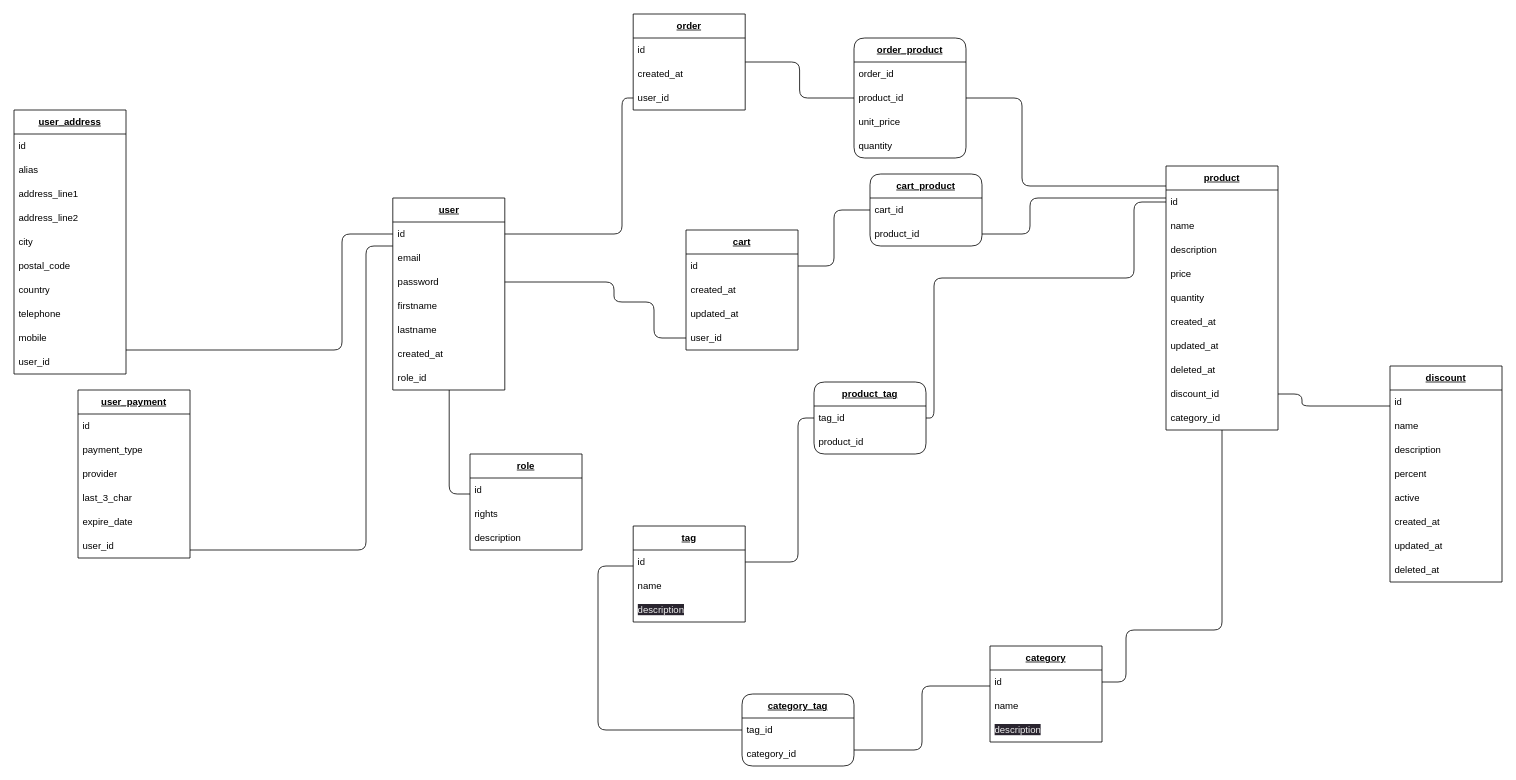
felix-hauger/boutique-en-ligne keeps this draw.io diagram as mld.drawio. Above is the earlier version. Source tidied: cells renumbered, new cells numbered last; positions are measured from the earlier drawing's top-left corner, leaving out a move shared by most shapes. Both pictures are drawn from the tidied source at 80%, with x=0, y=0 at pixel (14, 14).
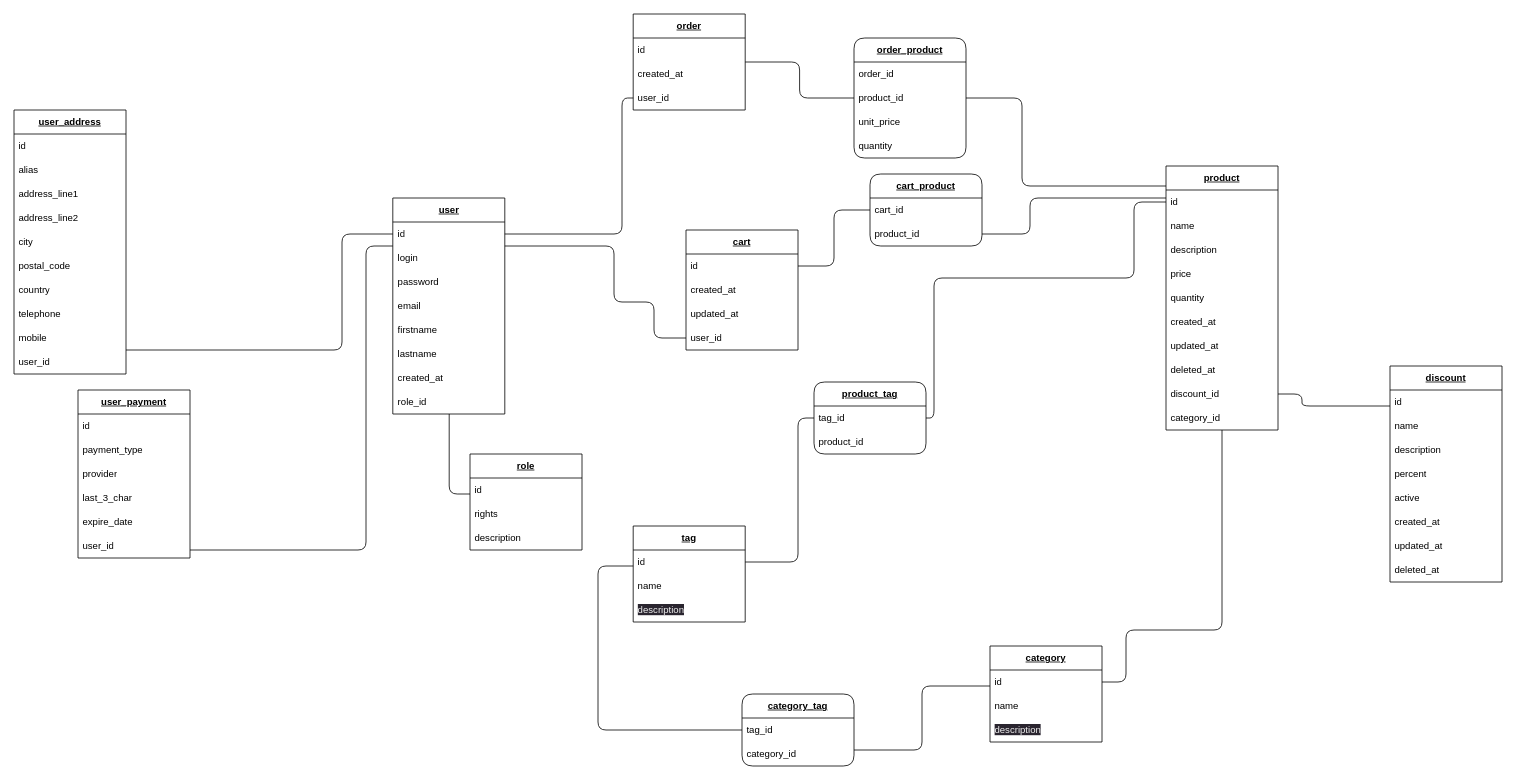
After the change.

Commit message (it also covers changes not shown here):
MCD, MLD, MPD - added login field to log user with password

The change refers to these unchanged cells:
```xml
<mxCell id="5" value="id" style="text;strokeColor=none;fillColor=none;align=left;verticalAlign=middle;spacingLeft=4;spacingRight=4;overflow=hidden;points=[[0,0.5],[1,0.5]];portConstraint=eastwest;whiteSpace=wrap;html=1;" parent="4" vertex="1">
  <mxGeometry y="30" width="140" height="30" as="geometry" />
</mxCell>
<mxCell id="21" value="user_id" style="text;strokeColor=none;fillColor=none;align=left;verticalAlign=middle;spacingLeft=4;spacingRight=4;overflow=hidden;points=[[0,0.5],[1,0.5]];portConstraint=eastwest;whiteSpace=wrap;html=1;" parent="17" vertex="1">
  <mxGeometry y="120" width="140" height="30" as="geometry" />
</mxCell>
```

Change to the diagram source:
```diff
@@
-    <mxCell id="2" style="edgeStyle=orthogonalEdgeStyle;rounded=1;html=1;strokeColor=default;fontSize=12;endArrow=none;endFill=0;" parent="1" edge="1" source="4" target="21">
+    <mxCell id="2" style="edgeStyle=orthogonalEdgeStyle;rounded=1;html=1;strokeColor=default;fontSize=12;endArrow=none;endFill=0;" parent="1" edge="1" source="5" target="21">
       <mxGeometry relative="1" as="geometry">
         <Array as="points">
-          <mxPoint x="750" y="335" />
+          <mxPoint x="750" y="290" />
           <mxPoint x="750" y="360" />
           <mxPoint x="800" y="360" />
           <mxPoint x="800" y="405" />
         </Array>
       </mxGeometry>
     </mxCell>
@@
     <mxCell id="4" value="&lt;b&gt;&lt;u&gt;user&lt;/u&gt;&lt;/b&gt;" style="swimlane;fontStyle=0;horizontal=1;startSize=30;whiteSpace=wrap;html=1;" parent="1" vertex="1">
-      <mxGeometry x="473.5" y="230" width="140" height="240" as="geometry" />
+      <mxGeometry x="473.5" y="230" width="140" height="270" as="geometry" />
     </mxCell>
@@
-    <mxCell id="6" value="email" style="text;strokeColor=none;fillColor=none;align=left;verticalAlign=middle;spacingLeft=4;spacingRight=4;overflow=hidden;whiteSpace=wrap;html=1;" parent="4" vertex="1">
+    <mxCell id="6" value="login" style="text;strokeColor=none;fillColor=none;align=left;verticalAlign=middle;spacingLeft=4;spacingRight=4;overflow=hidden;whiteSpace=wrap;html=1;" parent="4" vertex="1">
       <mxGeometry y="60" width="140" height="30" as="geometry" />
     </mxCell>
@@
+    <mxCell id="102" value="email" style="text;strokeColor=none;fillColor=none;align=left;verticalAlign=middle;spacingLeft=4;spacingRight=4;overflow=hidden;whiteSpace=wrap;html=1;" parent="4" vertex="1">
+      <mxGeometry y="120" width="140" height="30" as="geometry" />
+    </mxCell>
     <mxCell id="8" value="firstname" style="text;strokeColor=none;fillColor=none;align=left;verticalAlign=middle;spacingLeft=4;spacingRight=4;overflow=hidden;whiteSpace=wrap;html=1;" parent="4" vertex="1">
-      <mxGeometry y="120" width="140" height="30" as="geometry" />
+      <mxGeometry y="150" width="140" height="30" as="geometry" />
     </mxCell>
     <mxCell id="9" value="lastname" style="text;strokeColor=none;fillColor=none;align=left;verticalAlign=middle;spacingLeft=4;spacingRight=4;overflow=hidden;whiteSpace=wrap;html=1;" parent="4" vertex="1">
-      <mxGeometry y="150" width="140" height="30" as="geometry" />
+      <mxGeometry y="180" width="140" height="30" as="geometry" />
     </mxCell>
     <mxCell id="10" value="created_at" style="text;strokeColor=none;fillColor=none;align=left;verticalAlign=middle;spacingLeft=4;spacingRight=4;overflow=hidden;whiteSpace=wrap;html=1;" parent="4" vertex="1">
-      <mxGeometry y="180" width="140" height="30" as="geometry" />
+      <mxGeometry y="210" width="140" height="30" as="geometry" />
     </mxCell>
     <mxCell id="11" value="role_id" style="text;strokeColor=none;fillColor=none;align=left;verticalAlign=middle;spacingLeft=4;spacingRight=4;overflow=hidden;points=[[0,0.5],[1,0.5]];portConstraint=eastwest;whiteSpace=wrap;html=1;" parent="4" vertex="1">
-      <mxGeometry y="210" width="140" height="30" as="geometry" />
+      <mxGeometry y="240" width="140" height="30" as="geometry" />
     </mxCell>
```
